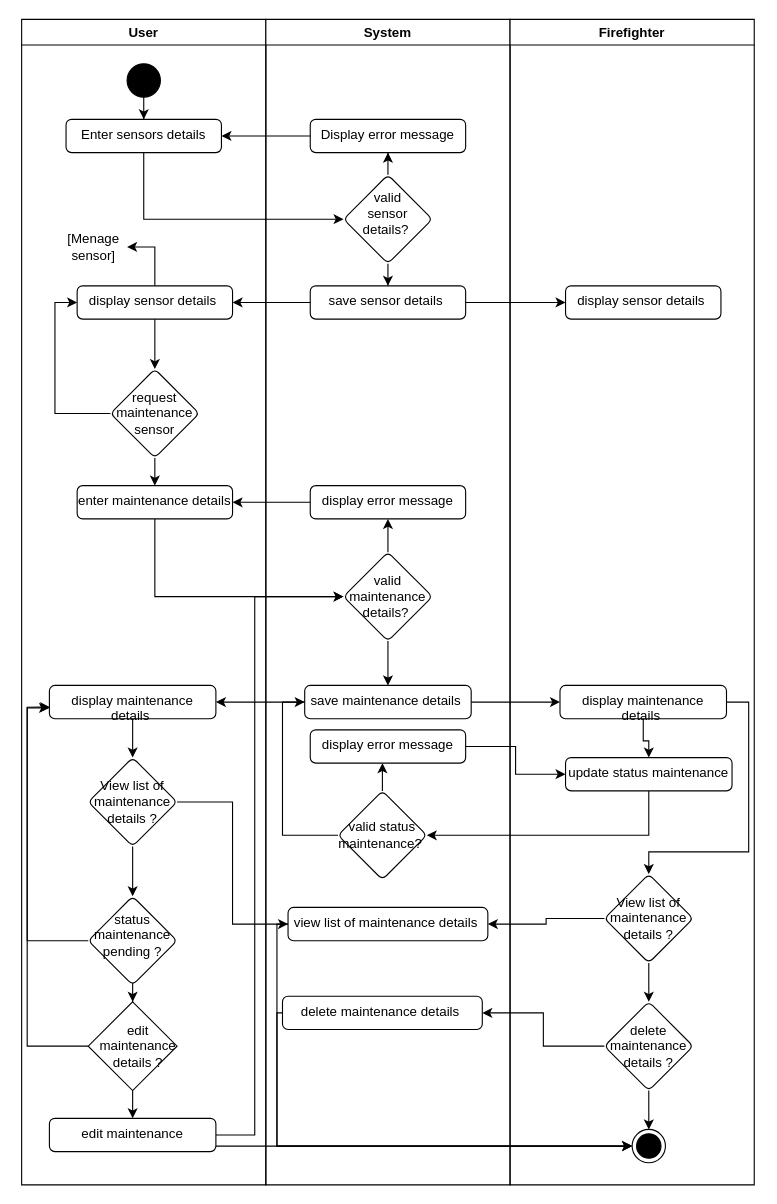
Above: page "maintenance AD" (10 of 12) of doc/PSM.drawio in SNFASA/AI-Fire-Monitoring-System (draw.io), before the change. Source tidied: cells renumbered, new cells numbered last; positions are measured from the earlier drawing's top-left corner, leaving out a move shared by most shapes. Both pictures are drawn from the tidied source at 111%, with x=0, y=0 at pixel (21, 19).
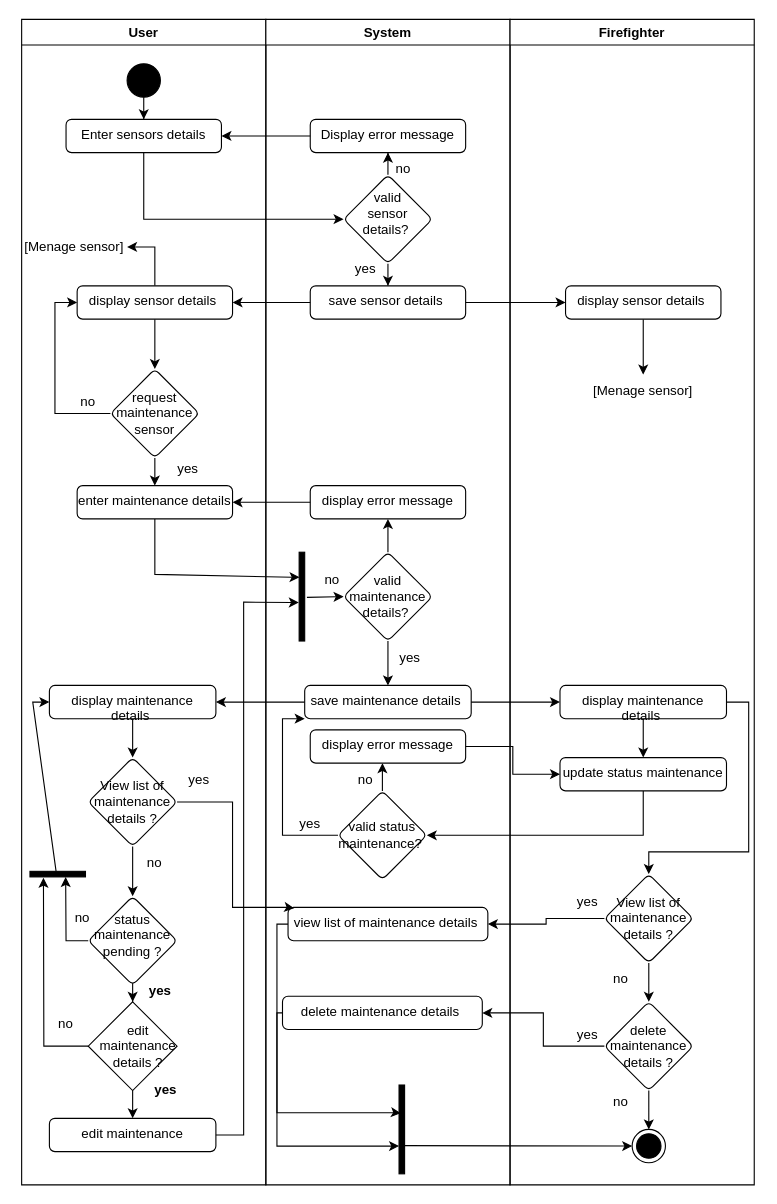
The same page after the edit.

Unchanged cells that the change refers to:
```xml
<mxCell id="2" value="User" style="swimlane;whiteSpace=wrap;html=1;" parent="1" vertex="1">
  <mxGeometry width="220" height="1050" as="geometry" />
</mxCell>
<mxCell id="4" style="rhombus;whiteSpace=wrap;html=1;verticalAlign=top;rounded=1;absoluteArcSize=1;arcSize=10;dashed=0;" parent="2" vertex="1">
  <mxGeometry x="60" y="665" width="80" height="80" as="geometry" />
</mxCell>
<mxCell id="15" value="enter maintenance details" style="html=1;align=center;verticalAlign=top;rounded=1;absoluteArcSize=1;arcSize=10;dashed=0;whiteSpace=wrap;" parent="2" vertex="1">
  <mxGeometry x="50" y="420" width="140" height="30" as="geometry" />
</mxCell>
<mxCell id="17" value="display maintenance details&amp;nbsp;" style="html=1;align=center;verticalAlign=top;rounded=1;absoluteArcSize=1;arcSize=10;dashed=0;whiteSpace=wrap;" parent="2" vertex="1">
  <mxGeometry x="25" y="600" width="150" height="30" as="geometry" />
</mxCell>
<mxCell id="19" style="rhombus;whiteSpace=wrap;html=1;verticalAlign=top;rounded=1;absoluteArcSize=1;arcSize=10;dashed=0;" parent="2" vertex="1">
  <mxGeometry x="60" y="790" width="80" height="80" as="geometry" />
</mxCell>
<mxCell id="23" style="rhombus;whiteSpace=wrap;html=1;" parent="2" vertex="1">
  <mxGeometry x="60" y="885" width="80" height="80" as="geometry" />
</mxCell>
<mxCell id="26" value="edit maintenance" style="html=1;align=center;verticalAlign=top;rounded=1;absoluteArcSize=1;arcSize=10;dashed=0;whiteSpace=wrap;" parent="2" vertex="1">
  <mxGeometry x="25" y="990" width="150" height="30" as="geometry" />
</mxCell>
<mxCell id="29" value="System" style="swimlane;whiteSpace=wrap;html=1;" parent="1" vertex="1">
  <mxGeometry x="220" width="220" height="1050" as="geometry" />
</mxCell>
<mxCell id="38" style="rhombus;whiteSpace=wrap;html=1;verticalAlign=top;rounded=1;absoluteArcSize=1;arcSize=10;dashed=0;" parent="29" vertex="1">
  <mxGeometry x="70" y="480" width="80" height="80" as="geometry" />
</mxCell>
<mxCell id="41" value="save maintenance details&amp;nbsp;" style="html=1;align=center;verticalAlign=top;rounded=1;absoluteArcSize=1;arcSize=10;dashed=0;whiteSpace=wrap;" parent="29" vertex="1">
  <mxGeometry x="35" y="600" width="150" height="30" as="geometry" />
</mxCell>
<mxCell id="44" style="rhombus;whiteSpace=wrap;html=1;verticalAlign=top;rounded=1;absoluteArcSize=1;arcSize=10;dashed=0;" parent="29" vertex="1">
  <mxGeometry x="65" y="695" width="80" height="80" as="geometry" />
</mxCell>
<mxCell id="47" value="view list of maintenance details&amp;nbsp;" style="html=1;align=center;verticalAlign=top;rounded=1;absoluteArcSize=1;arcSize=10;dashed=0;whiteSpace=wrap;" parent="29" vertex="1">
  <mxGeometry x="20" y="800" width="180" height="30" as="geometry" />
</mxCell>
<mxCell id="48" value="delete maintenance details&amp;nbsp;" style="html=1;align=center;verticalAlign=top;rounded=1;absoluteArcSize=1;arcSize=10;dashed=0;whiteSpace=wrap;" parent="29" vertex="1">
  <mxGeometry x="15" y="880" width="180" height="30" as="geometry" />
</mxCell>
<mxCell id="49" value="Firefighter" style="swimlane;whiteSpace=wrap;html=1;" parent="1" vertex="1">
  <mxGeometry x="440" width="220" height="1050" as="geometry" />
</mxCell>
<mxCell id="50" value="display sensor details&amp;nbsp;" style="html=1;align=center;verticalAlign=top;rounded=1;absoluteArcSize=1;arcSize=10;dashed=0;whiteSpace=wrap;" parent="49" vertex="1">
  <mxGeometry x="50" y="240" width="140" height="30" as="geometry" />
</mxCell>
<mxCell id="61" style="ellipse;html=1;shape=endState;fillColor=strokeColor;" parent="49" vertex="1">
  <mxGeometry x="110" y="1000" width="30" height="30" as="geometry" />
</mxCell>
```

Diff of the diagram source:
```diff
@@
-    <mxCell id="20" style="edgeStyle=orthogonalEdgeStyle;rounded=0;jettySize=auto;html=1;entryX=-0.002;entryY=0.678;entryDx=0;entryDy=0;entryPerimeter=0;" parent="2" edge="1" target="17">
-      <mxGeometry relative="1" as="geometry">
-        <mxPoint x="60" y="830" as="sourcePoint" />
-        <Array as="points">
-          <mxPoint x="5" y="830" />
-          <mxPoint x="5" y="620" />
-          <mxPoint x="25" y="620" />
-        </Array>
-      </mxGeometry>
-    </mxCell>
@@
-    <mxCell id="24" style="edgeStyle=orthogonalEdgeStyle;rounded=0;jettySize=auto;html=1;entryX=0.004;entryY=0.652;entryDx=0;entryDy=0;exitX=0;exitY=0.5;exitDx=0;exitDy=0;entryPerimeter=0;" parent="2" edge="1" source="23" target="17">
-      <mxGeometry relative="1" as="geometry">
-        <Array as="points">
-          <mxPoint x="5" y="925" />
-          <mxPoint x="5" y="620" />
-          <mxPoint x="26" y="620" />
-        </Array>
-      </mxGeometry>
-    </mxCell>
@@
     <mxCell id="28" value="[Menage sensor]" style="text;html=1;whiteSpace=wrap;strokeColor=none;fillColor=none;align=center;verticalAlign=middle;rounded=0;" parent="2" vertex="1">
-      <mxGeometry x="35" y="190" width="60" height="30" as="geometry" />
+      <mxGeometry y="190" width="95" height="30" as="geometry" />
     </mxCell>
+    <mxCell id="79" style="html=1;points=[];perimeter=orthogonalPerimeter;fillColor=strokeColor;rotation=90;" parent="2" vertex="1">
+      <mxGeometry x="30" y="745" width="5" height="50" as="geometry" />
+    </mxCell>
+    <mxCell id="80" style="endArrow=classic;html=1;rounded=0;exitX=0;exitY=0.5;exitDx=0;exitDy=0;entryX=1.167;entryY=0.757;entryDx=0;entryDy=0;entryPerimeter=0;" parent="2" edge="1" source="23" target="79">
+      <mxGeometry relative="1" as="geometry">
+        <Array as="points">
+          <mxPoint x="20" y="925" />
+        </Array>
+      </mxGeometry>
+    </mxCell>
+    <mxCell id="81" style="endArrow=classic;html=1;rounded=0;entryX=1.033;entryY=0.357;entryDx=0;entryDy=0;entryPerimeter=0;exitX=0;exitY=0.5;exitDx=0;exitDy=0;" parent="2" edge="1" source="19" target="79">
+      <mxGeometry relative="1" as="geometry">
+        <Array as="points">
+          <mxPoint x="40" y="830" />
+        </Array>
+      </mxGeometry>
+    </mxCell>
+    <mxCell id="82" style="endArrow=classic;html=1;rounded=0;entryX=0;entryY=0.5;entryDx=0;entryDy=0;exitX=-0.033;exitY=0.53;exitDx=0;exitDy=0;exitPerimeter=0;" parent="2" edge="1" source="79" target="17">
+      <mxGeometry relative="1" as="geometry">
+        <Array as="points">
+          <mxPoint x="10" y="615" />
+        </Array>
+      </mxGeometry>
+    </mxCell>
+    <mxCell id="83" value="yes" style="text;html=1;whiteSpace=wrap;strokeColor=none;fillColor=none;align=center;verticalAlign=middle;rounded=0;" parent="2" vertex="1">
+      <mxGeometry x="120" y="390" width="60" height="30" as="geometry" />
+    </mxCell>
+    <mxCell id="84" value="no" style="text;html=1;whiteSpace=wrap;strokeColor=none;fillColor=none;align=center;verticalAlign=middle;rounded=0;" parent="2" vertex="1">
+      <mxGeometry x="30" y="330" width="60" height="30" as="geometry" />
+    </mxCell>
+    <mxCell id="85" value="no" style="text;html=1;whiteSpace=wrap;strokeColor=none;fillColor=none;align=center;verticalAlign=middle;rounded=0;" parent="2" vertex="1">
+      <mxGeometry x="90" y="745" width="60" height="30" as="geometry" />
+    </mxCell>
+    <mxCell id="86" value="no" style="text;html=1;whiteSpace=wrap;strokeColor=none;fillColor=none;align=center;verticalAlign=middle;rounded=0;" parent="2" vertex="1">
+      <mxGeometry x="25" y="795" width="60" height="30" as="geometry" />
+    </mxCell>
+    <mxCell id="87" value="yes" style="text;html=1;whiteSpace=wrap;strokeColor=none;fillColor=none;align=center;verticalAlign=middle;rounded=0;" parent="2" vertex="1">
+      <mxGeometry x="130" y="670" width="60" height="30" as="geometry" />
+    </mxCell>
+    <mxCell id="88" value="yes" style="text;html=1;whiteSpace=wrap;strokeColor=none;fillColor=none;align=center;verticalAlign=middle;rounded=0;fontStyle=1;" parent="2" vertex="1">
+      <mxGeometry x="95" y="860" width="60" height="30" as="geometry" />
+    </mxCell>
+    <mxCell id="89" value="yes" style="text;html=1;whiteSpace=wrap;strokeColor=none;fillColor=none;align=center;verticalAlign=middle;rounded=0;fontStyle=1;" parent="2" vertex="1">
+      <mxGeometry x="100" y="950" width="60" height="30" as="geometry" />
+    </mxCell>
+    <mxCell id="90" value="no" style="text;html=1;whiteSpace=wrap;strokeColor=none;fillColor=none;align=center;verticalAlign=middle;rounded=0;" parent="2" vertex="1">
+      <mxGeometry x="10" y="890" width="60" height="30" as="geometry" />
+    </mxCell>
@@
-    <mxCell id="42" style="edgeStyle=orthogonalEdgeStyle;rounded=0;jettySize=auto;html=1;entryX=0;entryY=0.5;entryDx=0;entryDy=0;" parent="29" edge="1" source="44" target="41">
+    <mxCell id="42" style="edgeStyle=orthogonalEdgeStyle;rounded=0;jettySize=auto;html=1;entryX=0;entryY=1;entryDx=0;entryDy=0;" parent="29" edge="1" source="44" target="41">
       <mxGeometry relative="1" as="geometry">
         <Array as="points">
           <mxPoint x="15" y="735" />
-          <mxPoint x="15" y="615" />
+          <mxPoint x="15" y="630" />
         </Array>
       </mxGeometry>
     </mxCell>
@@
+    <mxCell id="91" style="html=1;points=[];perimeter=orthogonalPerimeter;fillColor=strokeColor;" parent="29" vertex="1">
+      <mxGeometry x="120" y="960" width="5" height="80" as="geometry" />
+    </mxCell>
+    <mxCell id="77" style="edgeStyle=orthogonalEdgeStyle;rounded=0;jettySize=auto;html=1;entryX=0.333;entryY=0.317;entryDx=0;entryDy=0;entryPerimeter=0;" parent="29" edge="1" source="47" target="91">
+      <mxGeometry relative="1" as="geometry">
+        <Array as="points">
+          <mxPoint x="10" y="815" />
+          <mxPoint x="10" y="985" />
+          <mxPoint x="118" y="985" />
+        </Array>
+      </mxGeometry>
+    </mxCell>
+    <mxCell id="92" style="html=1;points=[];perimeter=orthogonalPerimeter;fillColor=strokeColor;" parent="29" vertex="1">
+      <mxGeometry x="30" y="480" width="5" height="80" as="geometry" />
+    </mxCell>
+    <mxCell id="93" style="endArrow=classic;html=1;rounded=0;entryX=0;entryY=0.5;entryDx=0;entryDy=0;exitX=1.4;exitY=0.508;exitDx=0;exitDy=0;exitPerimeter=0;" parent="29" edge="1" source="92" target="38">
+      <mxGeometry relative="1" as="geometry" />
+    </mxCell>
+    <mxCell id="94" value="no" style="text;html=1;whiteSpace=wrap;strokeColor=none;fillColor=none;align=center;verticalAlign=middle;rounded=0;" parent="29" vertex="1">
+      <mxGeometry x="94" y="120" width="60" height="30" as="geometry" />
+    </mxCell>
+    <mxCell id="95" value="yes" style="text;html=1;whiteSpace=wrap;strokeColor=none;fillColor=none;align=center;verticalAlign=middle;rounded=0;" parent="29" vertex="1">
+      <mxGeometry x="60" y="210" width="60" height="30" as="geometry" />
+    </mxCell>
+    <mxCell id="96" value="yes" style="text;html=1;whiteSpace=wrap;strokeColor=none;fillColor=none;align=center;verticalAlign=middle;rounded=0;" parent="29" vertex="1">
+      <mxGeometry x="100" y="560" width="60" height="30" as="geometry" />
+    </mxCell>
+    <mxCell id="97" value="no" style="text;html=1;whiteSpace=wrap;strokeColor=none;fillColor=none;align=center;verticalAlign=middle;rounded=0;" parent="29" vertex="1">
+      <mxGeometry x="30" y="490" width="60" height="30" as="geometry" />
+    </mxCell>
+    <mxCell id="98" value="no" style="text;html=1;whiteSpace=wrap;strokeColor=none;fillColor=none;align=center;verticalAlign=middle;rounded=0;" parent="29" vertex="1">
+      <mxGeometry x="60" y="670" width="60" height="30" as="geometry" />
+    </mxCell>
+    <mxCell id="99" value="yes" style="text;html=1;whiteSpace=wrap;strokeColor=none;fillColor=none;align=center;verticalAlign=middle;rounded=0;" parent="29" vertex="1">
+      <mxGeometry x="10" y="710" width="60" height="30" as="geometry" />
+    </mxCell>
@@
+    <mxCell id="100" style="edgeStyle=orthogonalEdgeStyle;rounded=0;jettySize=auto;html=1;" parent="49" edge="1" source="50" target="105">
+      <mxGeometry relative="1" as="geometry" />
+    </mxCell>
@@
     <mxCell id="53" value="update status maintenance" style="html=1;align=center;verticalAlign=top;rounded=1;absoluteArcSize=1;arcSize=10;dashed=0;whiteSpace=wrap;" parent="49" vertex="1">
-      <mxGeometry x="50" y="665" width="150" height="30" as="geometry" />
+      <mxGeometry x="45" y="665" width="150" height="30" as="geometry" />
     </mxCell>
@@
+    <mxCell id="101" value="no" style="text;html=1;whiteSpace=wrap;strokeColor=none;fillColor=none;align=center;verticalAlign=middle;rounded=0;" parent="49" vertex="1">
+      <mxGeometry x="70" y="850" width="60" height="30" as="geometry" />
+    </mxCell>
+    <mxCell id="102" value="no" style="text;html=1;whiteSpace=wrap;strokeColor=none;fillColor=none;align=center;verticalAlign=middle;rounded=0;" parent="49" vertex="1">
+      <mxGeometry x="70" y="960" width="60" height="30" as="geometry" />
+    </mxCell>
+    <mxCell id="103" value="yes" style="text;html=1;whiteSpace=wrap;strokeColor=none;fillColor=none;align=center;verticalAlign=middle;rounded=0;" parent="49" vertex="1">
+      <mxGeometry x="40" y="780" width="60" height="30" as="geometry" />
+    </mxCell>
+    <mxCell id="104" value="yes" style="text;html=1;whiteSpace=wrap;strokeColor=none;fillColor=none;align=center;verticalAlign=middle;rounded=0;" parent="49" vertex="1">
+      <mxGeometry x="40" y="900" width="60" height="30" as="geometry" />
+    </mxCell>
+    <mxCell id="105" value="[Menage sensor]" style="text;html=1;whiteSpace=wrap;strokeColor=none;fillColor=none;align=center;verticalAlign=middle;rounded=0;" parent="49" vertex="1">
+      <mxGeometry x="70" y="320" width="100" height="30" as="geometry" />
+    </mxCell>
@@
-    <mxCell id="66" style="edgeStyle=orthogonalEdgeStyle;rounded=0;jettySize=auto;html=1;entryX=0;entryY=0.5;entryDx=0;entryDy=0;" parent="1" edge="1" source="15" target="38">
-      <mxGeometry relative="1" as="geometry">
-        <Array as="points">
-          <mxPoint x="120" y="520" />
-        </Array>
-      </mxGeometry>
-    </mxCell>
@@
     <mxCell id="70" style="edgeStyle=orthogonalEdgeStyle;rounded=0;jettySize=auto;html=1;" parent="1" edge="1" source="53" target="44">
       <mxGeometry relative="1" as="geometry">
         <Array as="points">
-          <mxPoint x="565" y="735" />
+          <mxPoint x="560" y="735" />
         </Array>
       </mxGeometry>
     </mxCell>
@@
-    <mxCell id="72" style="edgeStyle=orthogonalEdgeStyle;rounded=0;jettySize=auto;html=1;exitX=1;exitY=0.5;exitDx=0;exitDy=0;entryX=0;entryY=0.5;entryDx=0;entryDy=0;" parent="1" edge="1" source="26" target="38">
-      <mxGeometry relative="1" as="geometry">
-        <Array as="points">
-          <mxPoint x="210" y="1005" />
-          <mxPoint x="210" y="520" />
-        </Array>
-      </mxGeometry>
-    </mxCell>
-    <mxCell id="73" style="edgeStyle=orthogonalEdgeStyle;rounded=0;jettySize=auto;html=1;entryX=0;entryY=0.5;entryDx=0;entryDy=0;" parent="1" edge="1" source="26" target="61">
-      <mxGeometry relative="1" as="geometry">
-        <Array as="points">
-          <mxPoint x="270" y="1015" />
-          <mxPoint x="270" y="1015" />
-        </Array>
-      </mxGeometry>
-    </mxCell>
-    <mxCell id="74" style="edgeStyle=orthogonalEdgeStyle;rounded=0;jettySize=auto;html=1;exitX=1;exitY=0.5;exitDx=0;exitDy=0;entryX=0;entryY=0.5;entryDx=0;entryDy=0;" parent="1" edge="1" source="4" target="47">
-      <mxGeometry relative="1" as="geometry" />
+    <mxCell id="74" style="edgeStyle=orthogonalEdgeStyle;rounded=0;jettySize=auto;html=1;exitX=1;exitY=0.5;exitDx=0;exitDy=0;entryX=0.031;entryY=0.022;entryDx=0;entryDy=0;entryPerimeter=0;" parent="1" edge="1" source="4" target="47">
+      <mxGeometry relative="1" as="geometry">
+        <Array as="points">
+          <mxPoint x="190" y="705" />
+          <mxPoint x="190" y="800" />
+          <mxPoint x="240" y="800" />
+        </Array>
+      </mxGeometry>
     </mxCell>
@@
-    <mxCell id="77" style="edgeStyle=orthogonalEdgeStyle;rounded=0;jettySize=auto;html=1;entryX=0;entryY=0.5;entryDx=0;entryDy=0;" parent="1" edge="1" source="47" target="61">
-      <mxGeometry relative="1" as="geometry">
-        <Array as="points">
-          <mxPoint x="230" y="815" />
-          <mxPoint x="230" y="1015" />
-        </Array>
-      </mxGeometry>
-    </mxCell>
-    <mxCell id="78" style="edgeStyle=orthogonalEdgeStyle;rounded=0;jettySize=auto;html=1;exitX=0;exitY=0.5;exitDx=0;exitDy=0;entryX=0;entryY=0.5;entryDx=0;entryDy=0;" parent="1" edge="1" source="48" target="61">
+    <mxCell id="78" style="edgeStyle=orthogonalEdgeStyle;rounded=0;jettySize=auto;html=1;exitX=0;exitY=0.5;exitDx=0;exitDy=0;" parent="1" edge="1" source="48">
       <mxGeometry relative="1" as="geometry">
+        <mxPoint x="340" y="1015" as="targetPoint" />
         <Array as="points">
           <mxPoint x="230" y="895" />
           <mxPoint x="230" y="1015" />
         </Array>
       </mxGeometry>
     </mxCell>
+    <mxCell id="106" style="endArrow=classic;html=1;rounded=0;exitX=0.867;exitY=0.683;exitDx=0;exitDy=0;exitPerimeter=0;entryX=0;entryY=0.5;entryDx=0;entryDy=0;" parent="1" edge="1" source="91" target="61">
+      <mxGeometry relative="1" as="geometry" />
+    </mxCell>
+    <mxCell id="107" style="endArrow=classic;html=1;rounded=0;exitX=0.5;exitY=1;exitDx=0;exitDy=0;entryX=0.067;entryY=0.283;entryDx=0;entryDy=0;entryPerimeter=0;" parent="1" edge="1" source="15" target="92">
+      <mxGeometry relative="1" as="geometry">
+        <Array as="points">
+          <mxPoint x="120" y="500" />
+        </Array>
+      </mxGeometry>
+    </mxCell>
+    <mxCell id="108" style="endArrow=classic;html=1;rounded=0;entryX=-0.067;entryY=0.567;entryDx=0;entryDy=0;entryPerimeter=0;exitX=1;exitY=0.5;exitDx=0;exitDy=0;" parent="1" edge="1" source="26" target="92">
+      <mxGeometry relative="1" as="geometry">
+        <Array as="points">
+          <mxPoint x="200" y="1005" />
+          <mxPoint x="200" y="525" />
+        </Array>
+      </mxGeometry>
+    </mxCell>
```
